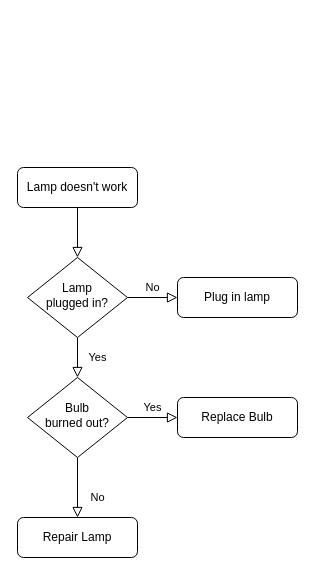
This is flowchart.drawio from yagom-academy/ios-number-baseball, a draw.io file, before an edit. Source tidied: cells renumbered, new cells numbered last; positions are measured from the earlier drawing's top-left corner, leaving out a move shared by most shapes. Both pictures are drawn from the tidied source at 100%, with x=0, y=0 at pixel (17, 167).
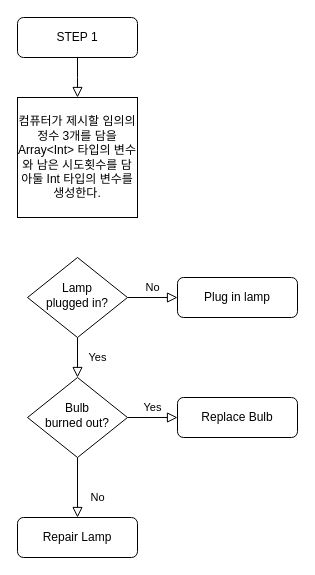
Above is the later version.

Commit message:
docs: 순서도 STEP 1-1

Change to the diagram source:
```diff
@@
 <mxGraphModel>
   <root>
     <mxCell id="0" />
     <mxCell id="1" parent="0" />
-    <mxCell id="2" style="rounded=0;html=1;jettySize=auto;fontSize=11;endArrow=block;endFill=0;endSize=8;strokeWidth=1;shadow=0;labelBackgroundColor=none;edgeStyle=orthogonalEdgeStyle;" parent="1" edge="1" source="3" target="6">
-      <mxGeometry relative="1" as="geometry" />
+    <mxCell id="2" style="rounded=0;html=1;jettySize=auto;fontSize=11;endArrow=block;endFill=0;endSize=8;strokeWidth=1;shadow=0;labelBackgroundColor=none;edgeStyle=orthogonalEdgeStyle;" parent="1" edge="1" source="3">
+      <mxGeometry relative="1" as="geometry">
+        <mxPoint x="60" y="-70" as="targetPoint" />
+      </mxGeometry>
     </mxCell>
-    <mxCell id="3" value="Lamp doesn't work" style="rounded=1;whiteSpace=wrap;html=1;fontSize=12;glass=0;strokeWidth=1;shadow=0;" parent="1" vertex="1">
-      <mxGeometry width="120" height="40" as="geometry" />
+    <mxCell id="3" value="STEP 1" style="rounded=1;whiteSpace=wrap;html=1;fontSize=12;glass=0;strokeWidth=1;shadow=0;" parent="1" vertex="1">
+      <mxGeometry y="-150" width="120" height="40" as="geometry" />
     </mxCell>
     <mxCell id="4" value="Yes" style="rounded=0;html=1;jettySize=auto;fontSize=11;endArrow=block;endFill=0;endSize=8;strokeWidth=1;shadow=0;labelBackgroundColor=none;edgeStyle=orthogonalEdgeStyle;" parent="1" edge="1" source="6" target="10">
       <mxGeometry y="20" relative="1" as="geometry" />
     </mxCell>
     <mxCell id="5" value="No" style="edgeStyle=orthogonalEdgeStyle;rounded=0;html=1;jettySize=auto;fontSize=11;endArrow=block;endFill=0;endSize=8;strokeWidth=1;shadow=0;labelBackgroundColor=none;" parent="1" edge="1" source="6" target="7">
       <mxGeometry y="10" relative="1" as="geometry" />
     </mxCell>
     <mxCell id="6" value="Lamp&lt;br&gt;plugged in?" style="rhombus;whiteSpace=wrap;html=1;shadow=0;fontFamily=Helvetica;fontSize=12;align=center;strokeWidth=1;spacing=6;spacingTop=-4;" parent="1" vertex="1">
       <mxGeometry x="10" y="90" width="100" height="80" as="geometry" />
     </mxCell>
     <mxCell id="7" value="Plug in lamp" style="rounded=1;whiteSpace=wrap;html=1;fontSize=12;glass=0;strokeWidth=1;shadow=0;" parent="1" vertex="1">
       <mxGeometry x="160" y="110" width="120" height="40" as="geometry" />
     </mxCell>
     <mxCell id="8" value="No" style="rounded=0;html=1;jettySize=auto;fontSize=11;endArrow=block;endFill=0;endSize=8;strokeWidth=1;shadow=0;labelBackgroundColor=none;edgeStyle=orthogonalEdgeStyle;" parent="1" edge="1" source="10" target="11">
       <mxGeometry x="0.33" y="20" relative="1" as="geometry" />
     </mxCell>
     <mxCell id="9" value="Yes" style="edgeStyle=orthogonalEdgeStyle;rounded=0;html=1;jettySize=auto;fontSize=11;endArrow=block;endFill=0;endSize=8;strokeWidth=1;shadow=0;labelBackgroundColor=none;" parent="1" edge="1" source="10" target="12">
       <mxGeometry y="10" relative="1" as="geometry" />
     </mxCell>
     <mxCell id="10" value="Bulb&lt;br&gt;burned out?" style="rhombus;whiteSpace=wrap;html=1;shadow=0;fontFamily=Helvetica;fontSize=12;align=center;strokeWidth=1;spacing=6;spacingTop=-4;" parent="1" vertex="1">
       <mxGeometry x="10" y="210" width="100" height="80" as="geometry" />
     </mxCell>
     <mxCell id="11" value="Repair Lamp" style="rounded=1;whiteSpace=wrap;html=1;fontSize=12;glass=0;strokeWidth=1;shadow=0;" parent="1" vertex="1">
       <mxGeometry y="350" width="120" height="40" as="geometry" />
     </mxCell>
     <mxCell id="12" value="Replace Bulb" style="rounded=1;whiteSpace=wrap;html=1;fontSize=12;glass=0;strokeWidth=1;shadow=0;" parent="1" vertex="1">
       <mxGeometry x="160" y="230" width="120" height="40" as="geometry" />
     </mxCell>
+    <mxCell id="13" value="컴퓨터가 제시할 임의의 정수 3개를 담을 Array&amp;lt;Int&amp;gt; 타입의 변수와 남은 시도횟수를 담아둘 Int 타입의 변수를 생성한다." style="rounded=0;whiteSpace=wrap;html=1;" parent="1" vertex="1">
+      <mxGeometry y="-70" width="120" height="120" as="geometry" />
+    </mxCell>
   </root>
 </mxGraphModel>
```
